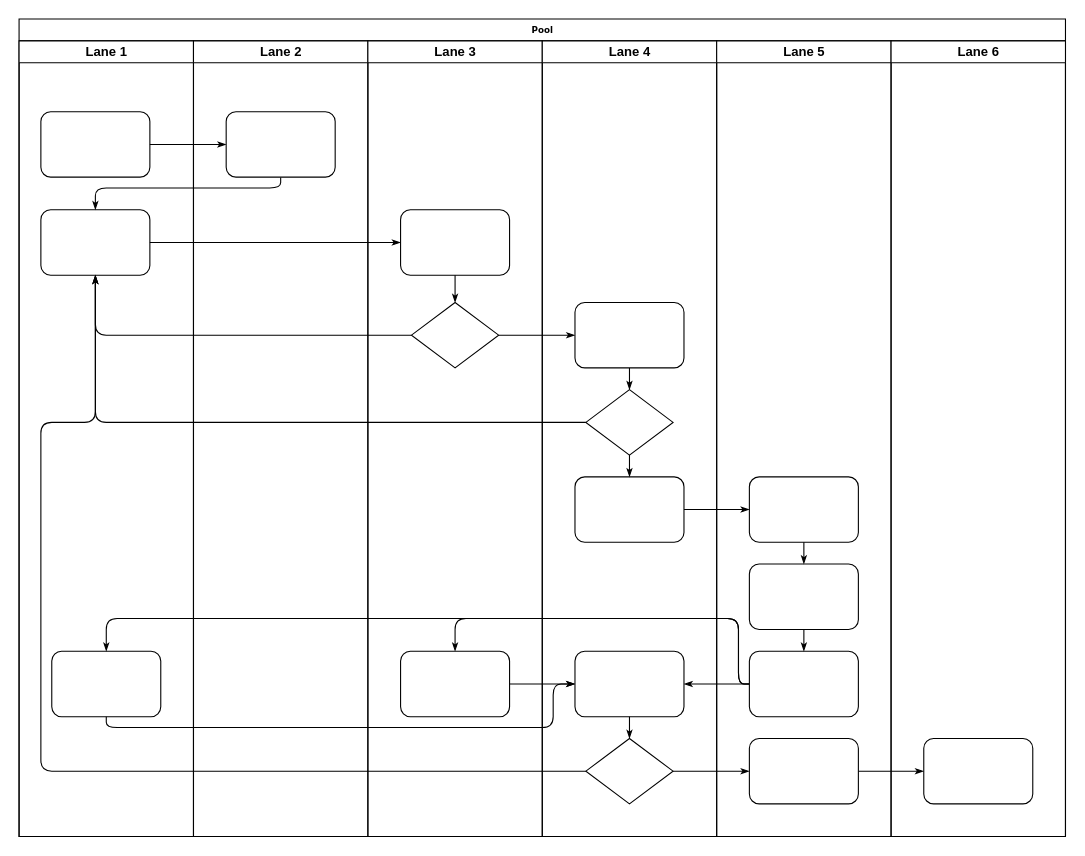
This is 2024/03/07/hello-world/未命名绘图.drawio from caiziqi33/caiziqi33.github.io, a draw.io file, before an edit. Source tidied: cells renumbered, new cells numbered last; positions are measured from the earlier drawing's top-left corner, leaving out a move shared by most shapes. Both pictures are drawn from the tidied source at 109%, with x=0, y=0 at pixel (19, 19).
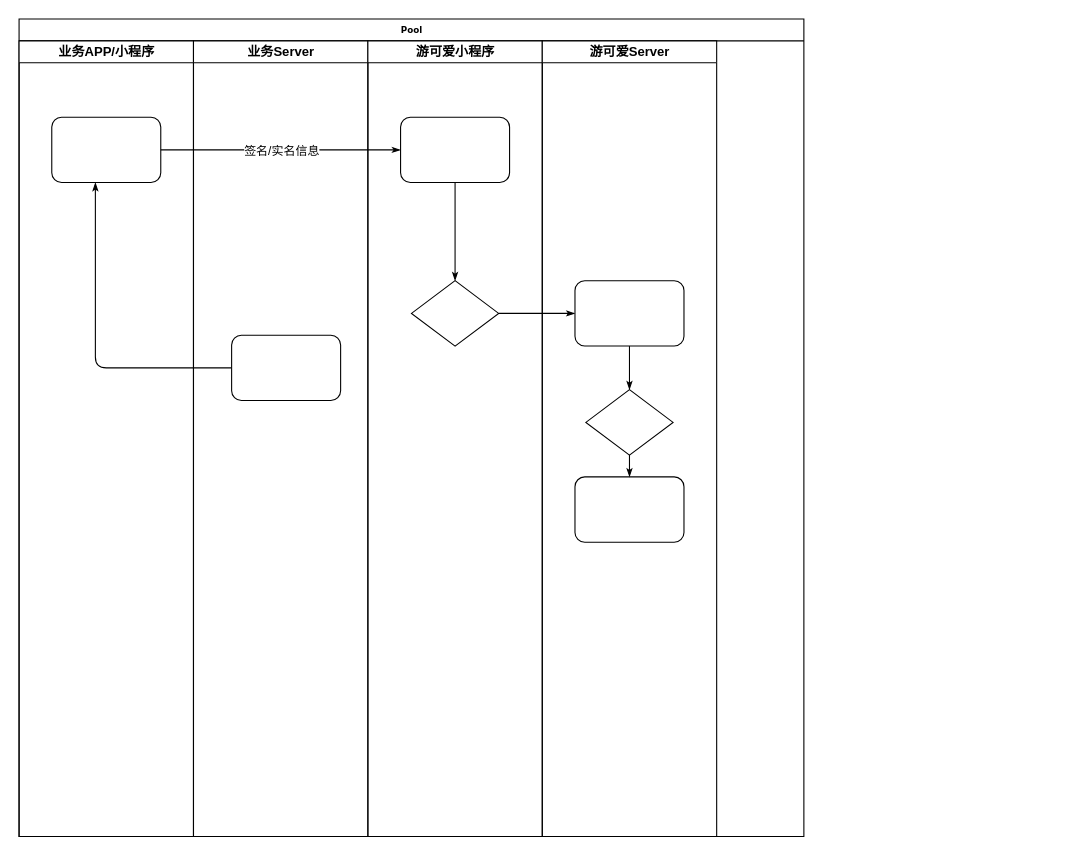
Above is the later version.

Commit message (it also covers changes not shown here):
更新未命名绘图.drawio

The change refers to these unchanged cells:
```xml
<mxCell id="9" style="edgeStyle=orthogonalEdgeStyle;rounded=1;html=1;labelBackgroundColor=none;startArrow=none;startFill=0;startSize=5;endArrow=classicThin;endFill=1;endSize=5;jettySize=auto;strokeWidth=1;fontFamily=Verdana;fontSize=8;" parent="2" edge="1" source="5" target="25">
  <mxGeometry relative="1" as="geometry" />
</mxCell>
<mxCell id="31" style="rhombus;whiteSpace=wrap;html=1;rounded=0;shadow=0;labelBackgroundColor=none;strokeWidth=1;fontFamily=Verdana;fontSize=8;align=center;" parent="29" vertex="1">
  <mxGeometry x="40" y="320" width="80" height="60" as="geometry" />
</mxCell>
<mxCell id="32" style="rounded=1;whiteSpace=wrap;html=1;shadow=0;labelBackgroundColor=none;strokeWidth=1;fontFamily=Verdana;fontSize=8;align=center;" parent="29" vertex="1">
  <mxGeometry x="30" y="400" width="100" height="60" as="geometry" />
</mxCell>
```

What changed in the source:
```diff
@@
     <mxCell id="2" value="Pool" style="swimlane;html=1;startSize=20;rounded=0;shadow=0;labelBackgroundColor=none;strokeWidth=1;fontFamily=Verdana;fontSize=8;align=center;" parent="1" vertex="1">
-      <mxGeometry width="960" height="750" as="geometry" />
+      <mxGeometry width="720" height="750" as="geometry" />
     </mxCell>
-    <mxCell id="3" value="Lane 1" style="swimlane;html=1;startSize=20;" parent="2" vertex="1">
+    <mxCell id="3" value="业务APP/小程序" style="swimlane;html=1;startSize=20;" parent="2" vertex="1">
       <mxGeometry y="20" width="160" height="730" as="geometry" />
     </mxCell>
-    <mxCell id="4" style="rounded=1;whiteSpace=wrap;html=1;shadow=0;labelBackgroundColor=none;strokeWidth=1;fontFamily=Verdana;fontSize=8;align=center;" parent="3" vertex="1">
-      <mxGeometry x="20" y="65" width="100" height="60" as="geometry" />
-    </mxCell>
     <mxCell id="5" style="rounded=1;whiteSpace=wrap;html=1;shadow=0;labelBackgroundColor=none;strokeWidth=1;fontFamily=Verdana;fontSize=8;align=center;" parent="3" vertex="1">
-      <mxGeometry x="20" y="155" width="100" height="60" as="geometry" />
+      <mxGeometry x="30" y="70" width="100" height="60" as="geometry" />
     </mxCell>
-    <mxCell id="6" style="rounded=1;whiteSpace=wrap;html=1;shadow=0;labelBackgroundColor=none;strokeWidth=1;fontFamily=Verdana;fontSize=8;align=center;" parent="3" vertex="1">
-      <mxGeometry x="30" y="560" width="100" height="60" as="geometry" />
-    </mxCell>
-    <mxCell id="7" style="edgeStyle=orthogonalEdgeStyle;rounded=1;html=1;labelBackgroundColor=none;startArrow=none;startFill=0;startSize=5;endArrow=classicThin;endFill=1;endSize=5;jettySize=auto;strokeWidth=1;fontFamily=Verdana;fontSize=8;" parent="2" edge="1" source="4" target="23">
-      <mxGeometry relative="1" as="geometry" />
-    </mxCell>
     <mxCell id="8" style="edgeStyle=orthogonalEdgeStyle;rounded=1;html=1;labelBackgroundColor=none;startArrow=none;startFill=0;startSize=5;endArrow=classicThin;endFill=1;endSize=5;jettySize=auto;strokeWidth=1;fontFamily=Verdana;fontSize=8;" parent="2" edge="1" source="23" target="5">
       <mxGeometry relative="1" as="geometry">
         <Array as="points">
-          <mxPoint x="240" y="155" />
-          <mxPoint x="70" y="155" />
+          <mxPoint x="240" y="320" />
+          <mxPoint x="70" y="320" />
         </Array>
       </mxGeometry>
     </mxCell>
@@
-    <mxCell id="10" style="edgeStyle=orthogonalEdgeStyle;rounded=1;html=1;labelBackgroundColor=none;startArrow=none;startFill=0;startSize=5;endArrow=classicThin;endFill=1;endSize=5;jettySize=auto;strokeWidth=1;fontFamily=Verdana;fontSize=8;" parent="2" edge="1" source="26" target="5">
-      <mxGeometry relative="1" as="geometry" />
-    </mxCell>
-    <mxCell id="11" style="edgeStyle=orthogonalEdgeStyle;rounded=1;html=1;labelBackgroundColor=none;startArrow=none;startFill=0;startSize=5;endArrow=classicThin;endFill=1;endSize=5;jettySize=auto;strokeWidth=1;fontFamily=Verdana;fontSize=8;" parent="2" edge="1" source="31" target="5">
-      <mxGeometry relative="1" as="geometry" />
-    </mxCell>
-    <mxCell id="12" style="edgeStyle=orthogonalEdgeStyle;rounded=1;html=1;labelBackgroundColor=none;startArrow=none;startFill=0;startSize=5;endArrow=classicThin;endFill=1;endSize=5;jettySize=auto;strokeWidth=1;fontFamily=Verdana;fontSize=8;" parent="2" edge="1" source="34" target="5">
-      <mxGeometry relative="1" as="geometry">
-        <Array as="points">
-          <mxPoint x="20" y="690" />
-          <mxPoint x="20" y="370" />
-          <mxPoint x="70" y="370" />
-        </Array>
-      </mxGeometry>
-    </mxCell>
+    <mxCell id="47" value="签名/实名信息" style="edgeLabel;html=1;align=center;verticalAlign=middle;" parent="9" vertex="1">
+      <mxGeometry relative="1" as="geometry" />
+    </mxCell>
@@
-    <mxCell id="14" style="edgeStyle=orthogonalEdgeStyle;rounded=1;html=1;labelBackgroundColor=none;startArrow=none;startFill=0;startSize=5;endArrow=classicThin;endFill=1;endSize=5;jettySize=auto;strokeWidth=1;fontFamily=Verdana;fontSize=8;" parent="2" edge="1" source="34" target="42">
-      <mxGeometry relative="1" as="geometry" />
-    </mxCell>
-    <mxCell id="15" style="edgeStyle=orthogonalEdgeStyle;rounded=1;html=1;labelBackgroundColor=none;startArrow=none;startFill=0;startSize=5;endArrow=classicThin;endFill=1;endSize=5;jettySize=auto;strokeWidth=1;fontFamily=Verdana;fontSize=8;" parent="2" edge="1" source="42" target="46">
-      <mxGeometry relative="1" as="geometry" />
-    </mxCell>
-    <mxCell id="16" style="edgeStyle=orthogonalEdgeStyle;rounded=1;html=1;labelBackgroundColor=none;startArrow=none;startFill=0;startSize=5;endArrow=classicThin;endFill=1;endSize=5;jettySize=auto;strokeWidth=1;fontFamily=Verdana;fontSize=8;" parent="2" edge="1" source="32" target="39">
-      <mxGeometry relative="1" as="geometry" />
-    </mxCell>
-    <mxCell id="17" style="edgeStyle=orthogonalEdgeStyle;rounded=1;html=1;labelBackgroundColor=none;startArrow=none;startFill=0;startSize=5;endArrow=classicThin;endFill=1;endSize=5;jettySize=auto;strokeWidth=1;fontFamily=Verdana;fontSize=8;" parent="2" edge="1" source="41" target="27">
-      <mxGeometry relative="1" as="geometry">
-        <Array as="points">
-          <mxPoint x="660" y="610" />
-          <mxPoint x="660" y="550" />
-          <mxPoint x="400" y="550" />
-        </Array>
-      </mxGeometry>
-    </mxCell>
-    <mxCell id="18" style="edgeStyle=orthogonalEdgeStyle;rounded=1;html=1;labelBackgroundColor=none;startArrow=none;startFill=0;startSize=5;endArrow=classicThin;endFill=1;endSize=5;jettySize=auto;strokeColor=#000000;strokeWidth=1;fontFamily=Verdana;fontSize=8;fontColor=#000000;" parent="2" edge="1" source="41" target="33">
-      <mxGeometry relative="1" as="geometry" />
-    </mxCell>
-    <mxCell id="19" style="edgeStyle=orthogonalEdgeStyle;rounded=1;html=1;labelBackgroundColor=none;startArrow=none;startFill=0;startSize=5;endArrow=classicThin;endFill=1;endSize=5;jettySize=auto;strokeWidth=1;fontFamily=Verdana;fontSize=8;" parent="2" edge="1" source="41" target="6">
-      <mxGeometry relative="1" as="geometry">
-        <Array as="points">
-          <mxPoint x="660" y="610" />
-          <mxPoint x="660" y="550" />
-          <mxPoint x="80" y="550" />
-        </Array>
-      </mxGeometry>
-    </mxCell>
-    <mxCell id="20" style="edgeStyle=orthogonalEdgeStyle;rounded=1;html=1;labelBackgroundColor=none;startArrow=none;startFill=0;startSize=5;endArrow=classicThin;endFill=1;endSize=5;jettySize=auto;strokeWidth=1;fontFamily=Verdana;fontSize=8;" parent="2" edge="1" source="6" target="33">
-      <mxGeometry relative="1" as="geometry">
-        <Array as="points">
-          <mxPoint x="80" y="650" />
-          <mxPoint x="490" y="650" />
-          <mxPoint x="490" y="610" />
-        </Array>
-      </mxGeometry>
-    </mxCell>
-    <mxCell id="21" style="edgeStyle=orthogonalEdgeStyle;rounded=1;html=1;labelBackgroundColor=none;startArrow=none;startFill=0;startSize=5;endArrow=classicThin;endFill=1;endSize=5;jettySize=auto;strokeWidth=1;fontFamily=Verdana;fontSize=8;" parent="2" edge="1" source="27" target="33">
-      <mxGeometry relative="1" as="geometry" />
-    </mxCell>
-    <mxCell id="22" value="Lane 2" style="swimlane;html=1;startSize=20;" parent="2" vertex="1">
+    <mxCell id="22" value="业务Server" style="swimlane;html=1;startSize=20;" parent="2" vertex="1">
       <mxGeometry x="160" y="20" width="160" height="730" as="geometry" />
     </mxCell>
     <mxCell id="23" style="rounded=1;whiteSpace=wrap;html=1;shadow=0;labelBackgroundColor=none;strokeWidth=1;fontFamily=Verdana;fontSize=8;align=center;" parent="22" vertex="1">
-      <mxGeometry x="30" y="65" width="100" height="60" as="geometry" />
+      <mxGeometry x="35" y="270" width="100" height="60" as="geometry" />
     </mxCell>
-    <mxCell id="24" value="Lane 3" style="swimlane;html=1;startSize=20;" parent="2" vertex="1">
+    <mxCell id="24" value="游可爱小程序" style="swimlane;html=1;startSize=20;" parent="2" vertex="1">
       <mxGeometry x="320" y="20" width="160" height="730" as="geometry" />
     </mxCell>
     <mxCell id="25" style="rounded=1;whiteSpace=wrap;html=1;shadow=0;labelBackgroundColor=none;strokeWidth=1;fontFamily=Verdana;fontSize=8;align=center;" parent="24" vertex="1">
-      <mxGeometry x="30" y="155" width="100" height="60" as="geometry" />
+      <mxGeometry x="30" y="70" width="100" height="60" as="geometry" />
     </mxCell>
     <mxCell id="26" style="rhombus;whiteSpace=wrap;html=1;rounded=0;shadow=0;labelBackgroundColor=none;strokeWidth=1;fontFamily=Verdana;fontSize=8;align=center;" parent="24" vertex="1">
-      <mxGeometry x="40" y="240" width="80" height="60" as="geometry" />
+      <mxGeometry x="40" y="220" width="80" height="60" as="geometry" />
     </mxCell>
-    <mxCell id="27" style="rounded=1;whiteSpace=wrap;html=1;shadow=0;labelBackgroundColor=none;strokeWidth=1;fontFamily=Verdana;fontSize=8;align=center;" parent="24" vertex="1">
-      <mxGeometry x="30" y="560" width="100" height="60" as="geometry" />
-    </mxCell>
-    <mxCell id="28" style="edgeStyle=orthogonalEdgeStyle;rounded=1;html=1;labelBackgroundColor=none;startArrow=none;startFill=0;startSize=5;endArrow=classicThin;endFill=1;endSize=5;jettySize=auto;strokeWidth=1;fontFamily=Verdana;fontSize=8;" parent="24" edge="1" source="25" target="26">
-      <mxGeometry relative="1" as="geometry" />
+    <mxCell id="28" style="edgeStyle=orthogonalEdgeStyle;rounded=1;html=1;labelBackgroundColor=none;startArrow=none;startFill=0;startSize=5;endArrow=classicThin;endFill=1;endSize=5;jettySize=auto;strokeWidth=1;fontFamily=Verdana;fontSize=8;" parent="24" edge="1" source="25">
+      <mxGeometry relative="1" as="geometry">
+        <mxPoint x="80" y="220" as="targetPoint" />
+      </mxGeometry>
     </mxCell>
-    <mxCell id="29" value="Lane 4" style="swimlane;html=1;startSize=20;" parent="2" vertex="1">
+    <mxCell id="29" value="游可爱Server" style="swimlane;html=1;startSize=20;" parent="2" vertex="1">
       <mxGeometry x="480" y="20" width="160" height="730" as="geometry" />
     </mxCell>
     <mxCell id="30" style="rounded=1;whiteSpace=wrap;html=1;shadow=0;labelBackgroundColor=none;strokeWidth=1;fontFamily=Verdana;fontSize=8;align=center;" parent="29" vertex="1">
-      <mxGeometry x="30" y="240" width="100" height="60" as="geometry" />
+      <mxGeometry x="30" y="220" width="100" height="60" as="geometry" />
     </mxCell>
@@
-    <mxCell id="33" style="rounded=1;whiteSpace=wrap;html=1;shadow=0;labelBackgroundColor=none;strokeWidth=1;fontFamily=Verdana;fontSize=8;align=center;" parent="29" vertex="1">
-      <mxGeometry x="30" y="560" width="100" height="60" as="geometry" />
-    </mxCell>
-    <mxCell id="34" style="rhombus;whiteSpace=wrap;html=1;rounded=0;shadow=0;labelBackgroundColor=none;strokeWidth=1;fontFamily=Verdana;fontSize=8;align=center;" parent="29" vertex="1">
-      <mxGeometry x="40" y="640" width="80" height="60" as="geometry" />
-    </mxCell>
@@
-    <mxCell id="37" style="edgeStyle=orthogonalEdgeStyle;rounded=1;html=1;labelBackgroundColor=none;startArrow=none;startFill=0;startSize=5;endArrow=classicThin;endFill=1;endSize=5;jettySize=auto;strokeWidth=1;fontFamily=Verdana;fontSize=8;" parent="29" edge="1" source="33" target="34">
-      <mxGeometry relative="1" as="geometry" />
-    </mxCell>
-    <mxCell id="38" value="Lane 5" style="swimlane;html=1;startSize=20;" parent="2" vertex="1">
-      <mxGeometry x="640" y="20" width="160" height="730" as="geometry" />
-    </mxCell>
-    <mxCell id="39" style="rounded=1;whiteSpace=wrap;html=1;shadow=0;labelBackgroundColor=none;strokeWidth=1;fontFamily=Verdana;fontSize=8;align=center;" parent="38" vertex="1">
-      <mxGeometry x="30" y="400" width="100" height="60" as="geometry" />
-    </mxCell>
-    <mxCell id="40" style="rounded=1;whiteSpace=wrap;html=1;shadow=0;labelBackgroundColor=none;strokeWidth=1;fontFamily=Verdana;fontSize=8;align=center;" parent="38" vertex="1">
-      <mxGeometry x="30" y="480" width="100" height="60" as="geometry" />
-    </mxCell>
-    <mxCell id="41" style="rounded=1;whiteSpace=wrap;html=1;shadow=0;labelBackgroundColor=none;strokeWidth=1;fontFamily=Verdana;fontSize=8;align=center;" parent="38" vertex="1">
-      <mxGeometry x="30" y="560" width="100" height="60" as="geometry" />
-    </mxCell>
-    <mxCell id="42" style="rounded=1;whiteSpace=wrap;html=1;shadow=0;labelBackgroundColor=none;strokeWidth=1;fontFamily=Verdana;fontSize=8;align=center;" parent="38" vertex="1">
-      <mxGeometry x="30" y="640" width="100" height="60" as="geometry" />
-    </mxCell>
-    <mxCell id="43" style="edgeStyle=orthogonalEdgeStyle;rounded=1;html=1;labelBackgroundColor=none;startArrow=none;startFill=0;startSize=5;endArrow=classicThin;endFill=1;endSize=5;jettySize=auto;strokeWidth=1;fontFamily=Verdana;fontSize=8;" parent="38" edge="1" source="39" target="40">
-      <mxGeometry relative="1" as="geometry" />
-    </mxCell>
-    <mxCell id="44" style="edgeStyle=orthogonalEdgeStyle;rounded=1;html=1;labelBackgroundColor=none;startArrow=none;startFill=0;startSize=5;endArrow=classicThin;endFill=1;endSize=5;jettySize=auto;strokeWidth=1;fontFamily=Verdana;fontSize=8;" parent="38" edge="1" source="40" target="41">
-      <mxGeometry relative="1" as="geometry" />
-    </mxCell>
-    <mxCell id="45" value="Lane 6" style="swimlane;html=1;startSize=20;" parent="2" vertex="1">
-      <mxGeometry x="800" y="20" width="160" height="730" as="geometry" />
-    </mxCell>
-    <mxCell id="46" style="rounded=1;whiteSpace=wrap;html=1;shadow=0;labelBackgroundColor=none;strokeWidth=1;fontFamily=Verdana;fontSize=8;align=center;" parent="45" vertex="1">
-      <mxGeometry x="30" y="640" width="100" height="60" as="geometry" />
-    </mxCell>
```
